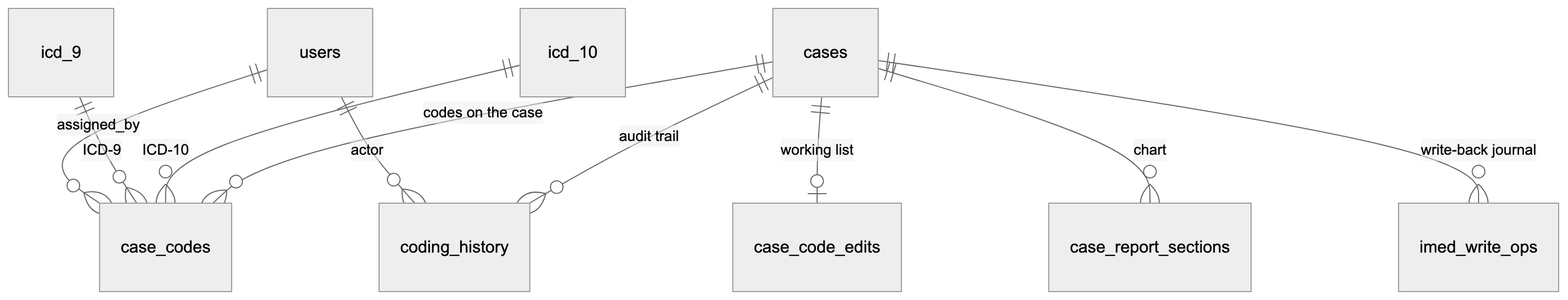
This is report/figures/fig-3-4-data-model.png from suvarna-stack/cura-ai, a Mermaid export, as it was before one commit. Its source is kept beside it as report/figures/fig-3-4-data-model.mmd.
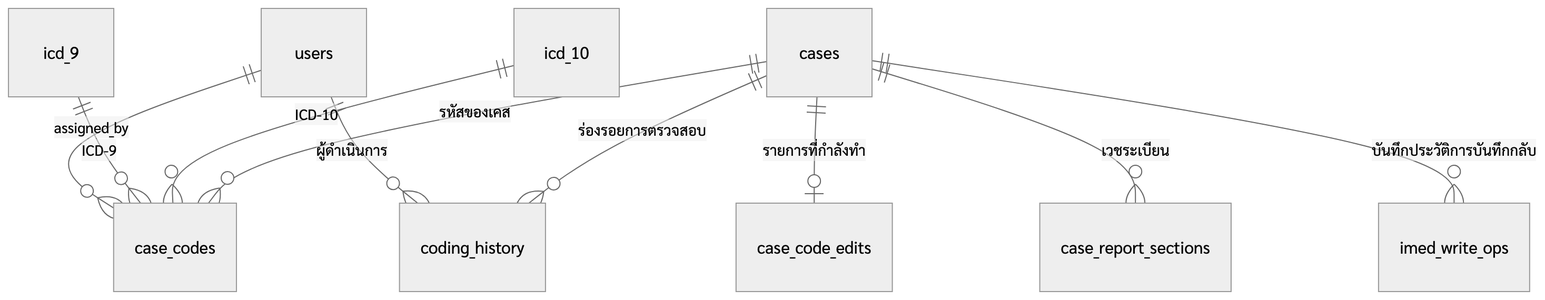
The same file after the commit.

What changed in the source:
```diff
@@ -1,10 +1,10 @@
 erDiagram
-  cases ||--o{ case_codes : "codes on the case"
-  cases ||--o| case_code_edits : "working list"
-  cases ||--o{ case_report_sections : "chart"
-  cases ||--o{ coding_history : "audit trail"
-  cases ||--o{ imed_write_ops : "write-back journal"
+  cases ||--o{ case_codes : "รหัสของเคส"
+  cases ||--o| case_code_edits : "รายการที่กำลังทำ"
+  cases ||--o{ case_report_sections : "เวชระเบียน"
+  cases ||--o{ coding_history : "ร่องรอยการตรวจสอบ"
+  cases ||--o{ imed_write_ops : "บันทึกประวัติการบันทึกกลับ"
   icd_10 ||--o{ case_codes : "ICD-10"
   icd_9 ||--o{ case_codes : "ICD-9"
-  users ||--o{ coding_history : "actor"
+  users ||--o{ coding_history : "ผู้ดำเนินการ"
   users ||--o{ case_codes : "assigned_by"
```
